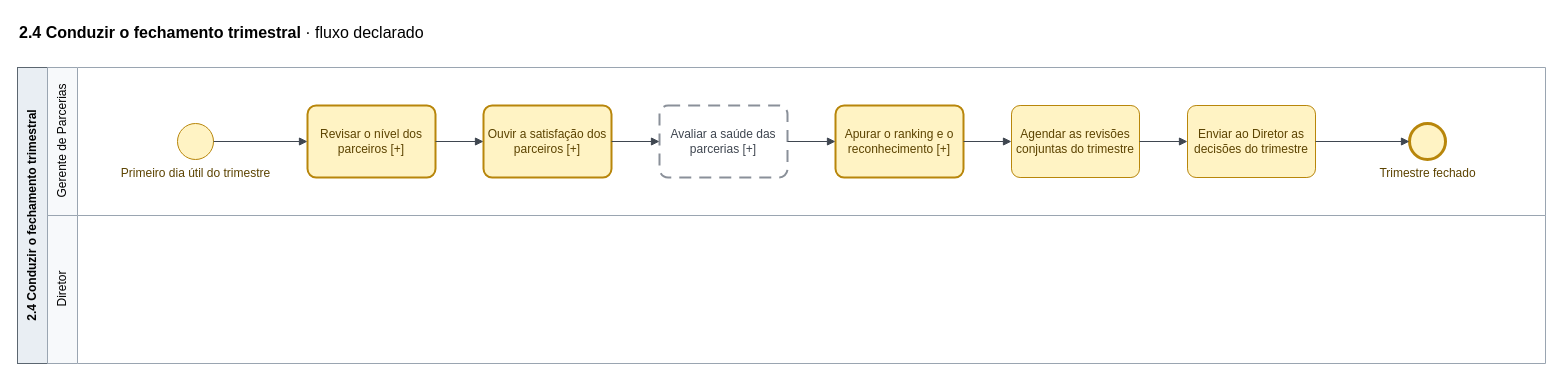
Guilherme-MFaccin/Wise-Partners keeps this draw.io diagram as page "2.4 Conduzir o fechamento trimestral" (4 of 15) of mapeamentos/wise-partners-to-be/saidas/mapa.drawio. Above is the earlier version. Source tidied: cells renumbered, new cells numbered last; positions are measured from the earlier drawing's top-left corner, leaving out a move shared by most shapes. Both pictures are drawn from the tidied source at 100%, with x=0, y=0 at pixel (17, 17).
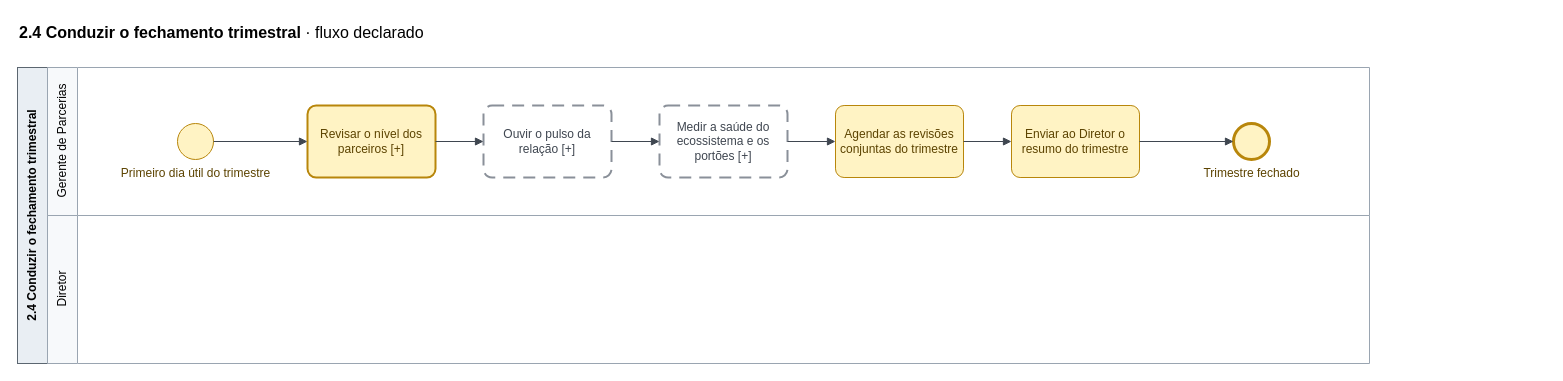
The same diagram, later.

The change refers to these unchanged cells:
```xml
<mxCell id="7" value="Revisar o nível dos parceiros [+]" style="rounded=1;whiteSpace=wrap;html=1;arcSize=12;strokeWidth=2;fillColor=#FFF3C4;strokeColor=#B8860B;fontColor=#5C4300;" parent="1" vertex="1">
  <mxGeometry x="290" y="88" width="128" height="72" as="geometry" />
</mxCell>
```

Diff of the diagram source:
```diff
@@
     <mxCell id="4" value="Gerente de Parcerias" style="swimlane;horizontal=0;startSize=30;html=1;fillColor=#F7F9FB;swimlaneFillColor=#FFFFFF;strokeColor=#9AA5B1;fontStyle=0;" parent="1" vertex="1">
-      <mxGeometry x="30" y="50" width="1498" height="148" as="geometry" />
+      <mxGeometry x="30" y="50" width="1322" height="148" as="geometry" />
     </mxCell>
     <mxCell id="5" value="Diretor" style="swimlane;horizontal=0;startSize=30;html=1;fillColor=#F7F9FB;swimlaneFillColor=#FFFFFF;strokeColor=#9AA5B1;fontStyle=0;" parent="1" vertex="1">
-      <mxGeometry x="30" y="198" width="1498" height="148" as="geometry" />
+      <mxGeometry x="30" y="198" width="1322" height="148" as="geometry" />
     </mxCell>
@@
-    <mxCell id="8" value="Ouvir a satisfação dos parceiros [+]" style="rounded=1;whiteSpace=wrap;html=1;arcSize=12;strokeWidth=2;fillColor=#FFF3C4;strokeColor=#B8860B;fontColor=#5C4300;" parent="1" vertex="1">
-      <mxGeometry x="466" y="88" width="128" height="72" as="geometry" />
-    </mxCell>
-    <mxCell id="9" value="Avaliar a saúde das parcerias [+]" style="rounded=1;whiteSpace=wrap;html=1;arcSize=12;strokeWidth=2;fillColor=#FFFFFF;strokeColor=#8A9099;fontColor=#3F4650;dashed=1;dashPattern=6 4;" parent="1" vertex="1">
-      <mxGeometry x="642" y="88" width="128" height="72" as="geometry" />
-    </mxCell>
-    <mxCell id="10" value="Apurar o ranking e o reconhecimento [+]" style="rounded=1;whiteSpace=wrap;html=1;arcSize=12;strokeWidth=2;fillColor=#FFF3C4;strokeColor=#B8860B;fontColor=#5C4300;" parent="1" vertex="1">
-      <mxGeometry x="818" y="88" width="128" height="72" as="geometry" />
-    </mxCell>
+    <mxCell id="21" value="Ouvir o pulso da relação [+]" style="rounded=1;whiteSpace=wrap;html=1;arcSize=12;strokeWidth=2;fillColor=#FFFFFF;strokeColor=#8A9099;fontColor=#3F4650;dashed=1;dashPattern=6 4;" parent="1" vertex="1">
+      <mxGeometry x="466" y="88" width="128" height="72" as="geometry" />
+    </mxCell>
+    <mxCell id="22" value="Medir a saúde do ecossistema e os portões [+]" style="rounded=1;whiteSpace=wrap;html=1;arcSize=12;strokeWidth=2;fillColor=#FFFFFF;strokeColor=#8A9099;fontColor=#3F4650;dashed=1;dashPattern=6 4;" parent="1" vertex="1">
+      <mxGeometry x="642" y="88" width="128" height="72" as="geometry" />
+    </mxCell>
     <mxCell id="11" value="Agendar as revisões conjuntas do trimestre" style="rounded=1;whiteSpace=wrap;html=1;arcSize=12;fillColor=#FFF3C4;strokeColor=#B8860B;fontColor=#5C4300;" parent="1" vertex="1">
-      <mxGeometry x="994" y="88" width="128" height="72" as="geometry" />
+      <mxGeometry x="818" y="88" width="128" height="72" as="geometry" />
     </mxCell>
-    <mxCell id="12" value="Enviar ao Diretor as decisões do trimestre" style="rounded=1;whiteSpace=wrap;html=1;arcSize=12;fillColor=#FFF3C4;strokeColor=#B8860B;fontColor=#5C4300;" parent="1" vertex="1">
-      <mxGeometry x="1170" y="88" width="128" height="72" as="geometry" />
-    </mxCell>
+    <mxCell id="23" value="Enviar ao Diretor o resumo do trimestre" style="rounded=1;whiteSpace=wrap;html=1;arcSize=12;fillColor=#FFF3C4;strokeColor=#B8860B;fontColor=#5C4300;" parent="1" vertex="1">
+      <mxGeometry x="994" y="88" width="128" height="72" as="geometry" />
+    </mxCell>
     <mxCell id="13" value="Trimestre fechado" style="ellipse;html=1;strokeWidth=3;fillColor=#FFF3C4;strokeColor=#B8860B;fontColor=#5C4300;verticalLabelPosition=bottom;verticalAlign=top;labelPosition=center;align=center;" parent="1" vertex="1">
-      <mxGeometry x="1392" y="106" width="36" height="36" as="geometry" />
+      <mxGeometry x="1216" y="106" width="36" height="36" as="geometry" />
     </mxCell>
@@
-    <mxCell id="15" style="edgeStyle=orthogonalEdgeStyle;rounded=0;html=1;endArrow=block;endFill=1;strokeColor=#3F4650;" parent="1" edge="1" source="7" target="8">
-      <mxGeometry relative="1" as="geometry" />
-    </mxCell>
-    <mxCell id="16" style="edgeStyle=orthogonalEdgeStyle;rounded=0;html=1;endArrow=block;endFill=1;strokeColor=#3F4650;" parent="1" edge="1" source="8" target="9">
-      <mxGeometry relative="1" as="geometry" />
-    </mxCell>
-    <mxCell id="17" style="edgeStyle=orthogonalEdgeStyle;rounded=0;html=1;endArrow=block;endFill=1;strokeColor=#3F4650;" parent="1" edge="1" source="9" target="10">
-      <mxGeometry relative="1" as="geometry" />
-    </mxCell>
-    <mxCell id="18" style="edgeStyle=orthogonalEdgeStyle;rounded=0;html=1;endArrow=block;endFill=1;strokeColor=#3F4650;" parent="1" edge="1" source="10" target="11">
-      <mxGeometry relative="1" as="geometry" />
-    </mxCell>
-    <mxCell id="19" style="edgeStyle=orthogonalEdgeStyle;rounded=0;html=1;endArrow=block;endFill=1;strokeColor=#3F4650;" parent="1" edge="1" source="11" target="12">
-      <mxGeometry relative="1" as="geometry" />
-    </mxCell>
-    <mxCell id="20" style="edgeStyle=orthogonalEdgeStyle;rounded=0;html=1;endArrow=block;endFill=1;strokeColor=#3F4650;" parent="1" edge="1" source="12" target="13">
-      <mxGeometry relative="1" as="geometry" />
-    </mxCell>
+    <mxCell id="24" style="edgeStyle=orthogonalEdgeStyle;rounded=0;html=1;endArrow=block;endFill=1;strokeColor=#3F4650;" parent="1" edge="1" source="7" target="21">
+      <mxGeometry relative="1" as="geometry" />
+    </mxCell>
+    <mxCell id="25" style="edgeStyle=orthogonalEdgeStyle;rounded=0;html=1;endArrow=block;endFill=1;strokeColor=#3F4650;" parent="1" edge="1" source="21" target="22">
+      <mxGeometry relative="1" as="geometry" />
+    </mxCell>
+    <mxCell id="26" style="edgeStyle=orthogonalEdgeStyle;rounded=0;html=1;endArrow=block;endFill=1;strokeColor=#3F4650;" parent="1" edge="1" source="22" target="11">
+      <mxGeometry relative="1" as="geometry" />
+    </mxCell>
+    <mxCell id="27" style="edgeStyle=orthogonalEdgeStyle;rounded=0;html=1;endArrow=block;endFill=1;strokeColor=#3F4650;" parent="1" edge="1" source="11" target="23">
+      <mxGeometry relative="1" as="geometry" />
+    </mxCell>
+    <mxCell id="28" style="edgeStyle=orthogonalEdgeStyle;rounded=0;html=1;endArrow=block;endFill=1;strokeColor=#3F4650;" parent="1" edge="1" source="23" target="13">
+      <mxGeometry relative="1" as="geometry" />
+    </mxCell>
```
